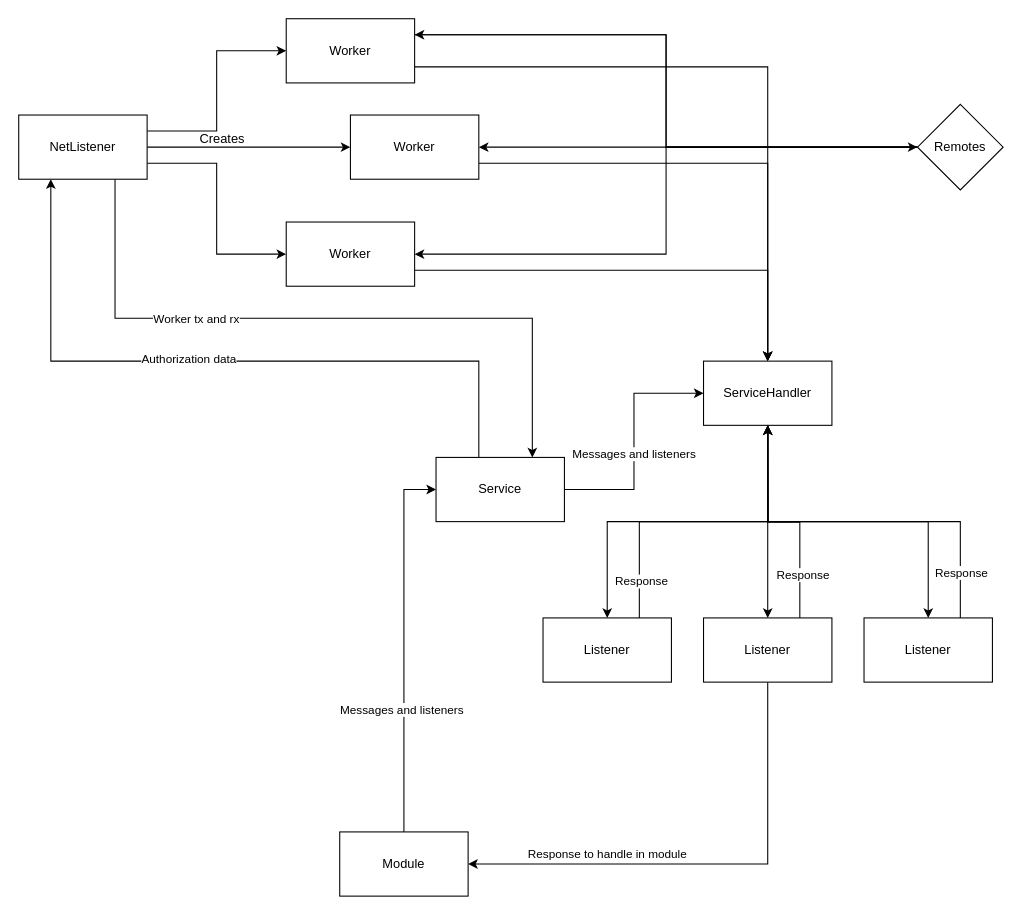
The draw.io diagram page "Transport architecture" (8 of 8) of doc/Architecture.drawio in MilkyWayCore/milkyway, before the edit. Source tidied: cells renumbered, new cells numbered last; positions are measured from the earlier drawing's top-left corner, leaving out a move shared by most shapes. Both pictures are drawn from the tidied source at 107%, with x=0, y=0 at pixel (18, 18).
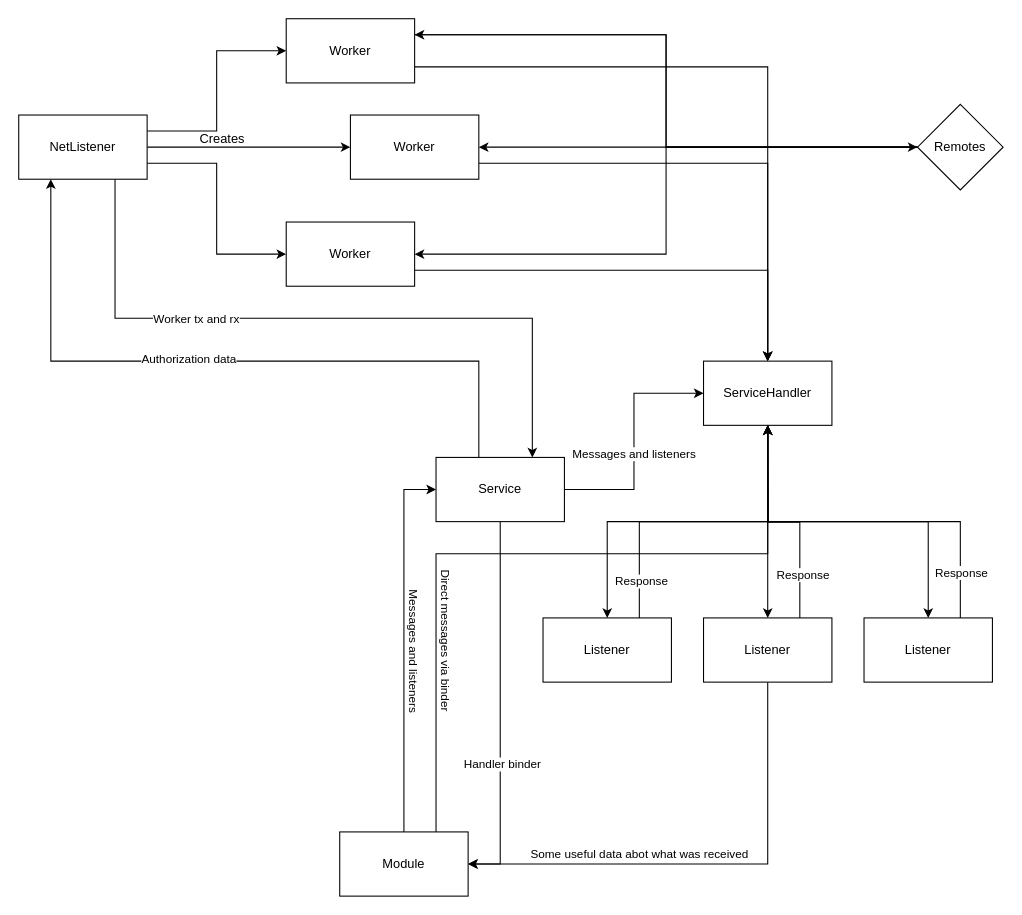
The same diagram, later.

Commit message:
One more transport architecture overhaul(on diagram), minor fixes

The change refers to these unchanged cells:
```xml
<mxCell id="6" value="Service" style="rounded=0;whiteSpace=wrap;html=1;" parent="1" vertex="1">
  <mxGeometry x="390" y="410" width="120" height="60" as="geometry" />
</mxCell>
<mxCell id="28" value="ServiceHandler" style="rounded=0;whiteSpace=wrap;html=1;" parent="1" vertex="1">
  <mxGeometry x="640" y="320" width="120" height="60" as="geometry" />
</mxCell>
<mxCell id="34" style="edgeStyle=orthogonalEdgeStyle;rounded=0;jettySize=auto;html=1;exitX=0.5;exitY=1;exitDx=0;exitDy=0;entryX=1;entryY=0.5;entryDx=0;entryDy=0;" parent="1" edge="1" source="36" target="42">
  <mxGeometry relative="1" as="geometry" />
</mxCell>
<mxCell id="40" style="edgeStyle=orthogonalEdgeStyle;rounded=0;jettySize=auto;html=1;exitX=0.5;exitY=0;exitDx=0;exitDy=0;entryX=0;entryY=0.5;entryDx=0;entryDy=0;" parent="1" edge="1" source="42" target="6">
  <mxGeometry relative="1" as="geometry" />
</mxCell>
<mxCell id="42" value="Module" style="rounded=0;whiteSpace=wrap;html=1;" parent="1" vertex="1">
  <mxGeometry x="300" y="760" width="120" height="60" as="geometry" />
</mxCell>
```

Diff of the diagram source:
```diff
@@
+    <mxCell id="43" style="edgeStyle=orthogonalEdgeStyle;rounded=0;jettySize=auto;html=1;exitX=0.5;exitY=1;exitDx=0;exitDy=0;entryX=1;entryY=0.5;entryDx=0;entryDy=0;" parent="1" edge="1" source="6" target="42">
+      <mxGeometry relative="1" as="geometry" />
+    </mxCell>
+    <mxCell id="44" value="Handler binder" style="edgeLabel;html=1;align=center;verticalAlign=middle;" parent="43" vertex="1">
+      <mxGeometry x="0.29" y="1" relative="1" as="geometry" />
+    </mxCell>
@@
-    <mxCell id="35" value="Response to handle in module" style="edgeLabel;html=1;align=center;verticalAlign=middle;" parent="34" vertex="1">
+    <mxCell id="35" value="Some useful data abot what was received" style="edgeLabel;html=1;align=center;verticalAlign=middle;" parent="34" vertex="1">
       <mxGeometry x="0.59" y="-2" relative="1" as="geometry">
-        <mxPoint x="37" y="-8" as="offset" />
+        <mxPoint x="67" y="-8" as="offset" />
       </mxGeometry>
     </mxCell>
@@
-    <mxCell id="41" value="Messages and listeners" style="edgeLabel;html=1;align=center;verticalAlign=middle;" parent="40" vertex="1">
-      <mxGeometry x="-0.34" y="3" relative="1" as="geometry" />
+    <mxCell id="41" value="Messages and listeners" style="edgeLabel;html=1;align=center;verticalAlign=middle;rotation=90;" parent="40" vertex="1">
+      <mxGeometry x="-0.34" y="3" relative="1" as="geometry">
+        <mxPoint x="13" y="-55" as="offset" />
+      </mxGeometry>
     </mxCell>
+    <mxCell id="45" style="edgeStyle=orthogonalEdgeStyle;rounded=0;jettySize=auto;html=1;exitX=0.75;exitY=0;exitDx=0;exitDy=0;entryX=0.5;entryY=1;entryDx=0;entryDy=0;" parent="1" edge="1" source="42" target="28">
+      <mxGeometry relative="1" as="geometry">
+        <Array as="points">
+          <mxPoint x="390" y="500" />
+          <mxPoint x="700" y="500" />
+        </Array>
+      </mxGeometry>
+    </mxCell>
+    <mxCell id="46" value="Direct messages via binder" style="edgeLabel;html=1;align=center;verticalAlign=middle;rotation=90;" parent="45" vertex="1">
+      <mxGeometry x="-0.42" relative="1" as="geometry">
+        <mxPoint x="10" y="20" as="offset" />
+      </mxGeometry>
+    </mxCell>
```
